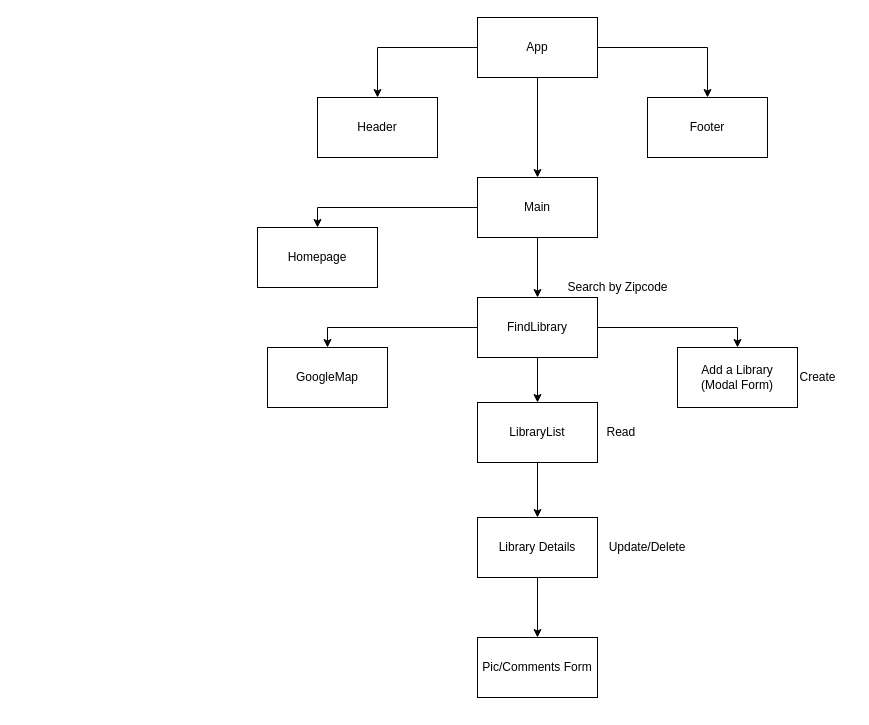
The draw.io diagram planning/wireframes/LibreLibro Components.drawio in tashi-ono/libre_libro_client, before the edit. Source tidied: cells renumbered, new cells numbered last; positions are measured from the earlier drawing's top-left corner, leaving out a move shared by most shapes. Both pictures are drawn from the tidied source at 100%, with x=0, y=0 at pixel (257, 17).
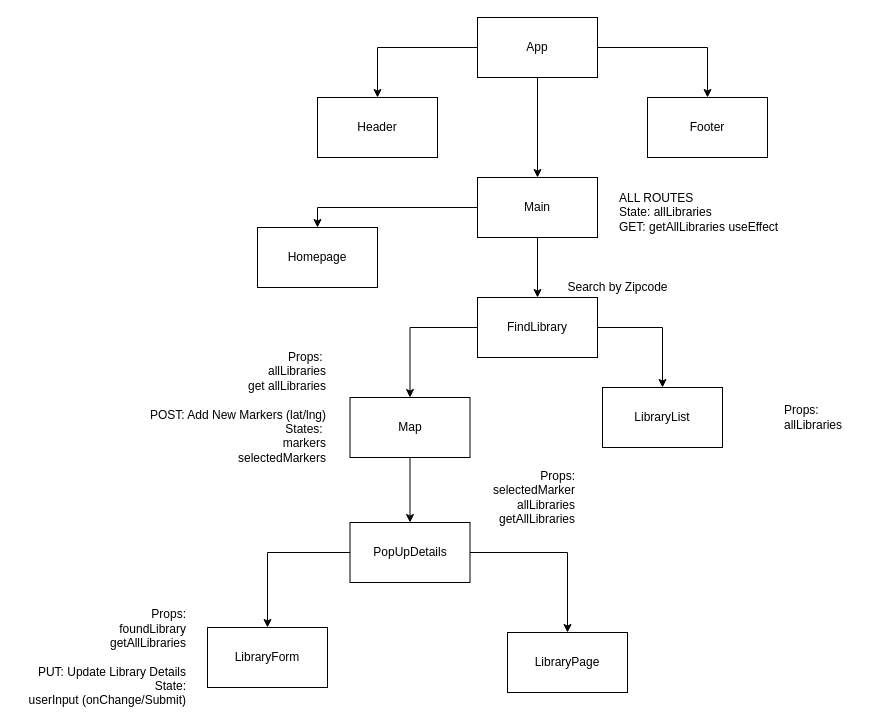
The same diagram, later.

Commit message (it also covers changes not shown here):
new library name and details synced to backend

The change refers to these unchanged cells:
```xml
<mxCell id="16" value="FindLibrary" style="rounded=0;whiteSpace=wrap;html=1;" parent="1" vertex="1">
  <mxGeometry x="220" y="280" width="120" height="60" as="geometry" />
</mxCell>
```

Change to the diagram source:
```diff
@@
-    <mxCell id="9" style="edgeStyle=orthogonalEdgeStyle;rounded=0;jettySize=auto;html=1;entryX=0.5;entryY=0;entryDx=0;entryDy=0;exitX=1;exitY=0.5;exitDx=0;exitDy=0;" parent="1" edge="1" source="16" target="13">
-      <mxGeometry relative="1" as="geometry" />
-    </mxCell>
@@
-    <mxCell id="13" value="Add a Library &lt;br&gt;(Modal Form)" style="rounded=0;whiteSpace=wrap;html=1;" parent="1" vertex="1">
-      <mxGeometry x="420" y="330" width="120" height="60" as="geometry" />
-    </mxCell>
-    <mxCell id="14" style="edgeStyle=orthogonalEdgeStyle;rounded=0;jettySize=auto;html=1;" parent="1" edge="1" source="16" target="21">
+    <mxCell id="14" style="edgeStyle=orthogonalEdgeStyle;rounded=0;jettySize=auto;html=1;exitX=1;exitY=0.5;exitDx=0;exitDy=0;" parent="1" edge="1" source="16" target="21">
       <mxGeometry relative="1" as="geometry" />
     </mxCell>
@@
-    <mxCell id="17" style="edgeStyle=orthogonalEdgeStyle;rounded=0;jettySize=auto;html=1;" parent="1" edge="1" source="18" target="24">
+    <mxCell id="17" style="edgeStyle=orthogonalEdgeStyle;rounded=0;jettySize=auto;html=1;exitX=0.5;exitY=1;exitDx=0;exitDy=0;entryX=0.5;entryY=0;entryDx=0;entryDy=0;" parent="1" edge="1" source="22" target="18">
       <mxGeometry relative="1" as="geometry" />
     </mxCell>
+    <mxCell id="27" style="edgeStyle=orthogonalEdgeStyle;rounded=0;jettySize=auto;html=1;exitX=0;exitY=0.5;exitDx=0;exitDy=0;" parent="1" edge="1" source="18" target="32">
+      <mxGeometry relative="1" as="geometry" />
+    </mxCell>
+    <mxCell id="28" style="edgeStyle=orthogonalEdgeStyle;rounded=0;jettySize=auto;html=1;" parent="1" edge="1" source="18" target="34">
+      <mxGeometry relative="1" as="geometry" />
+    </mxCell>
-    <mxCell id="18" value="Library Details" style="rounded=0;whiteSpace=wrap;html=1;" parent="1" vertex="1">
-      <mxGeometry x="220" y="500" width="120" height="60" as="geometry" />
+    <mxCell id="18" value="PopUpDetails" style="rounded=0;whiteSpace=wrap;html=1;" parent="1" vertex="1">
+      <mxGeometry x="92.5" y="505" width="120" height="60" as="geometry" />
     </mxCell>
@@
-    <mxCell id="20" style="edgeStyle=orthogonalEdgeStyle;rounded=0;jettySize=auto;html=1;" parent="1" edge="1" source="21" target="18">
-      <mxGeometry relative="1" as="geometry" />
-    </mxCell>
     <mxCell id="21" value="LibraryList" style="rounded=0;whiteSpace=wrap;html=1;" parent="1" vertex="1">
-      <mxGeometry x="220" y="385" width="120" height="60" as="geometry" />
+      <mxGeometry x="345" y="370" width="120" height="60" as="geometry" />
     </mxCell>
-    <mxCell id="22" value="GoogleMap" style="rounded=0;whiteSpace=wrap;html=1;" parent="1" vertex="1">
-      <mxGeometry x="10" y="330" width="120" height="60" as="geometry" />
+    <mxCell id="22" value="Map" style="rounded=0;whiteSpace=wrap;html=1;" parent="1" vertex="1">
+      <mxGeometry x="92.5" y="380" width="120" height="60" as="geometry" />
     </mxCell>
-    <mxCell id="23" value="Update/Delete" style="text;html=1;strokeColor=none;fillColor=none;align=center;verticalAlign=middle;whiteSpace=wrap;rounded=0;" parent="1" vertex="1">
-      <mxGeometry x="360" y="520" width="60" height="20" as="geometry" />
+    <mxCell id="23" value="Props:&lt;br&gt;selectedMarker&lt;br&gt;allLibraries&lt;br&gt;getAllLibraries" style="text;html=1;strokeColor=none;fillColor=none;align=right;verticalAlign=middle;whiteSpace=wrap;rounded=0;" parent="1" vertex="1">
+      <mxGeometry x="190" y="440" width="130" height="80" as="geometry" />
     </mxCell>
-    <mxCell id="24" value="Pic/Comments Form" style="rounded=0;whiteSpace=wrap;html=1;" parent="1" vertex="1">
-      <mxGeometry x="220" y="620" width="120" height="60" as="geometry" />
-    </mxCell>
-    <mxCell id="25" value="Create" style="text;html=1;align=center;verticalAlign=middle;" parent="1" vertex="1">
-      <mxGeometry x="535" y="350" width="50" height="20" as="geometry" />
-    </mxCell>
-    <mxCell id="26" value="Read&amp;nbsp;" style="text;html=1;align=center;verticalAlign=middle;" parent="1" vertex="1">
-      <mxGeometry x="340" y="405" width="50" height="20" as="geometry" />
-    </mxCell>
+    <mxCell id="29" value="ALL ROUTES&lt;br&gt;State: allLibraries&amp;nbsp;&lt;br&gt;GET: getAllLibraries useEffect" style="text;html=1;align=left;verticalAlign=middle;" parent="1" vertex="1">
+      <mxGeometry x="360" y="170" width="170" height="50" as="geometry" />
+    </mxCell>
+    <mxCell id="30" value="Props:&amp;nbsp;&lt;br&gt;allLibraries&lt;br&gt;get allLibraries&lt;br&gt;&lt;br&gt;POST: Add New Markers (lat/lng)&lt;br&gt;States:&amp;nbsp;&lt;br&gt;markers&lt;br&gt;selectedMarkers" style="text;html=1;align=right;verticalAlign=middle;" parent="1" vertex="1">
+      <mxGeometry x="-120" y="330" width="190" height="120" as="geometry" />
+    </mxCell>
+    <mxCell id="31" value="Props:&lt;br&gt;allLibraries" style="text;html=1;align=left;verticalAlign=middle;" parent="1" vertex="1">
+      <mxGeometry x="525" y="385" width="70" height="30" as="geometry" />
+    </mxCell>
+    <mxCell id="32" value="LibraryForm" style="rounded=0;whiteSpace=wrap;html=1;" parent="1" vertex="1">
+      <mxGeometry x="-50" y="610" width="120" height="60" as="geometry" />
+    </mxCell>
+    <mxCell id="33" value="Props:&lt;br&gt;foundLibrary&lt;br&gt;getAllLibraries&lt;br&gt;&lt;br&gt;PUT: Update Library Details&lt;br&gt;State:&lt;br&gt;userInput (onChange/Submit)" style="text;html=1;align=right;verticalAlign=middle;" parent="1" vertex="1">
+      <mxGeometry x="-240" y="590" width="170" height="100" as="geometry" />
+    </mxCell>
+    <mxCell id="34" value="LibraryPage" style="rounded=0;whiteSpace=wrap;html=1;" parent="1" vertex="1">
+      <mxGeometry x="250" y="615" width="120" height="60" as="geometry" />
+    </mxCell>
```
